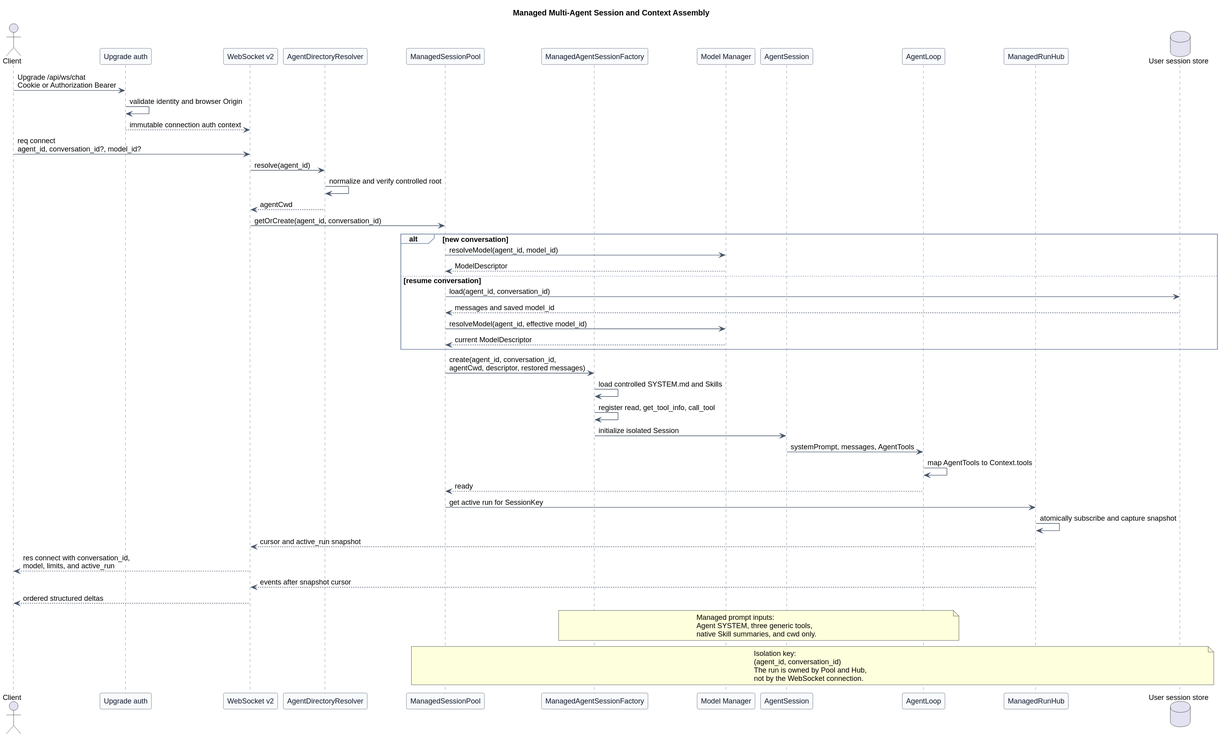
Earlier version of the PlantUML export pi-mono-java-manager-driven-multi-agent-runtime/managed_session_context_assembly.svg (superheromeZzh/pi-mono-java-design).
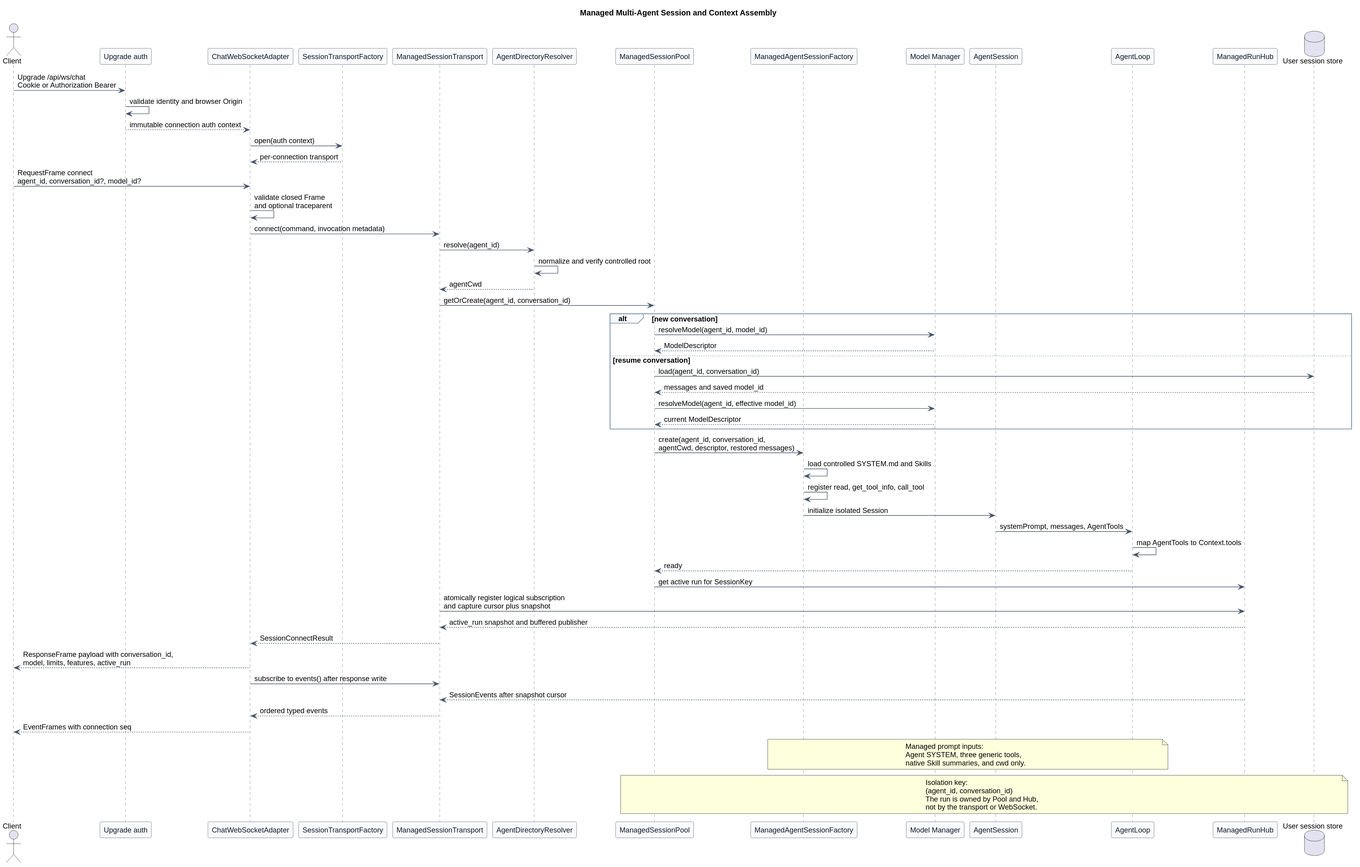
After the change.

What changed in the source:
```diff
@@ -21,7 +21,9 @@
 
 actor Client
 participant "Upgrade auth" as Auth
-participant "WebSocket v2" as WS
+participant "ChatWebSocketAdapter" as WS
+participant "SessionTransportFactory" as TransportFactory
+participant "ManagedSessionTransport" as Transport
 participant "AgentDirectoryResolver" as Resolver
 participant "ManagedSessionPool" as Pool
 participant "ManagedAgentSessionFactory" as Factory
@@ -34,11 +36,15 @@
 Client -> Auth : Upgrade /api/ws/chat\nCookie or Authorization Bearer
 Auth -> Auth : validate identity and browser Origin
 Auth --> WS : immutable connection auth context
-Client -> WS : req connect\nagent_id, conversation_id?, model_id?
-WS -> Resolver : resolve(agent_id)
+WS -> TransportFactory : open(auth context)
+TransportFactory --> WS : per-connection transport
+Client -> WS : RequestFrame connect\nagent_id, conversation_id?, model_id?
+WS -> WS : validate closed Frame\nand optional traceparent
+WS -> Transport : connect(command, invocation metadata)
+Transport -> Resolver : resolve(agent_id)
 Resolver -> Resolver : normalize and verify controlled root
-Resolver --> WS : agentCwd
-WS -> Pool : getOrCreate(agent_id, conversation_id)
+Resolver --> Transport : agentCwd
+Transport -> Pool : getOrCreate(agent_id, conversation_id)
 
 alt new conversation
   Pool -> ModelManager : resolveModel(agent_id, model_id)
@@ -58,11 +64,14 @@
 Loop -> Loop : map AgentTools to Context.tools
 Loop --> Pool : ready
 Pool -> Hub : get active run for SessionKey
-Hub -> Hub : atomically subscribe and capture snapshot
-Hub --> WS : cursor and active_run snapshot
-WS --> Client : res connect with conversation_id,\nmodel, limits, and active_run
-Hub --> WS : events after snapshot cursor
-WS --> Client : ordered structured deltas
+Transport -> Hub : atomically register logical subscription\nand capture cursor plus snapshot
+Hub --> Transport : active_run snapshot and buffered publisher
+Transport --> WS : SessionConnectResult
+WS --> Client : ResponseFrame payload with conversation_id,\nmodel, limits, features, active_run
+WS -> Transport : subscribe to events() after response write
+Hub --> Transport : SessionEvents after snapshot cursor
+Transport --> WS : ordered typed events
+WS --> Client : EventFrames with connection seq
 
 note over Factory,Loop
 Managed prompt inputs:
@@ -74,6 +83,6 @@
 Isolation key:
 (agent_id, conversation_id)
 The run is owned by Pool and Hub,
-not by the WebSocket connection.
+not by the transport or WebSocket.
 end note
 @enduml
```
